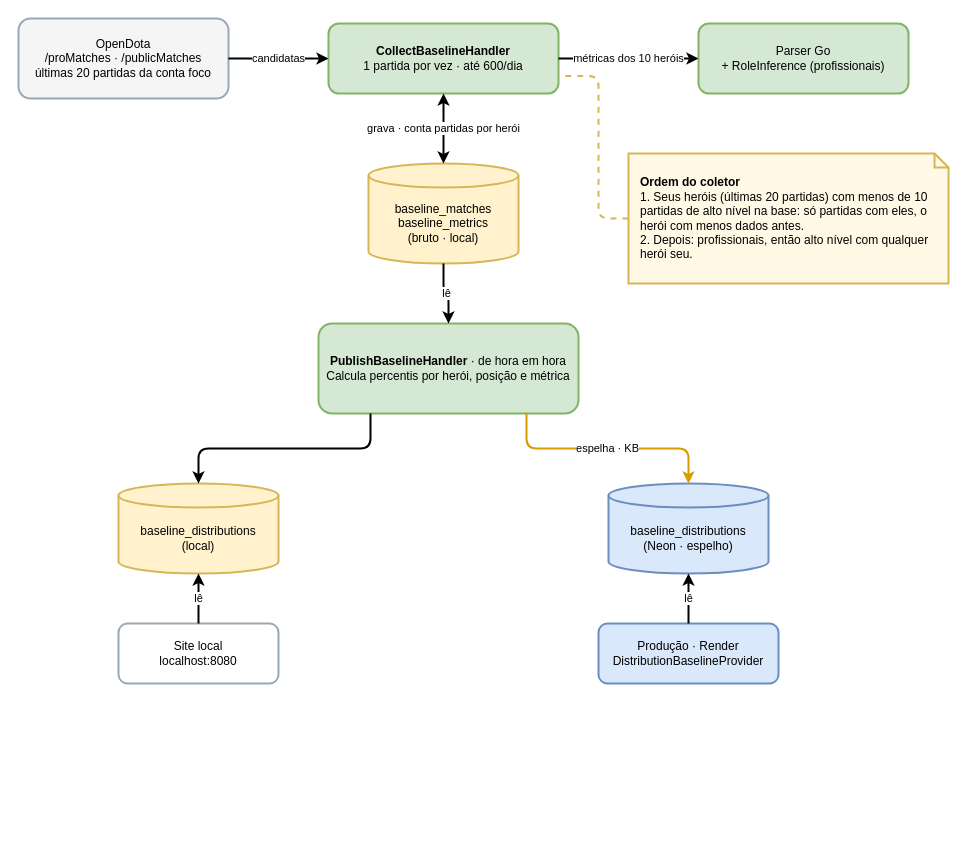
The draw.io diagram page "4. Base de comparação" (4 of 6) of docs/diagrams/dotaanalyst.drawio in andreomorg/dota_analyst, before the edit. Source tidied: cells renumbered, new cells numbered last; positions are measured from the earlier drawing's top-left corner, leaving out a move shared by most shapes. Both pictures are drawn from the tidied source at 100%, with x=0, y=0 at pixel (18, 18).
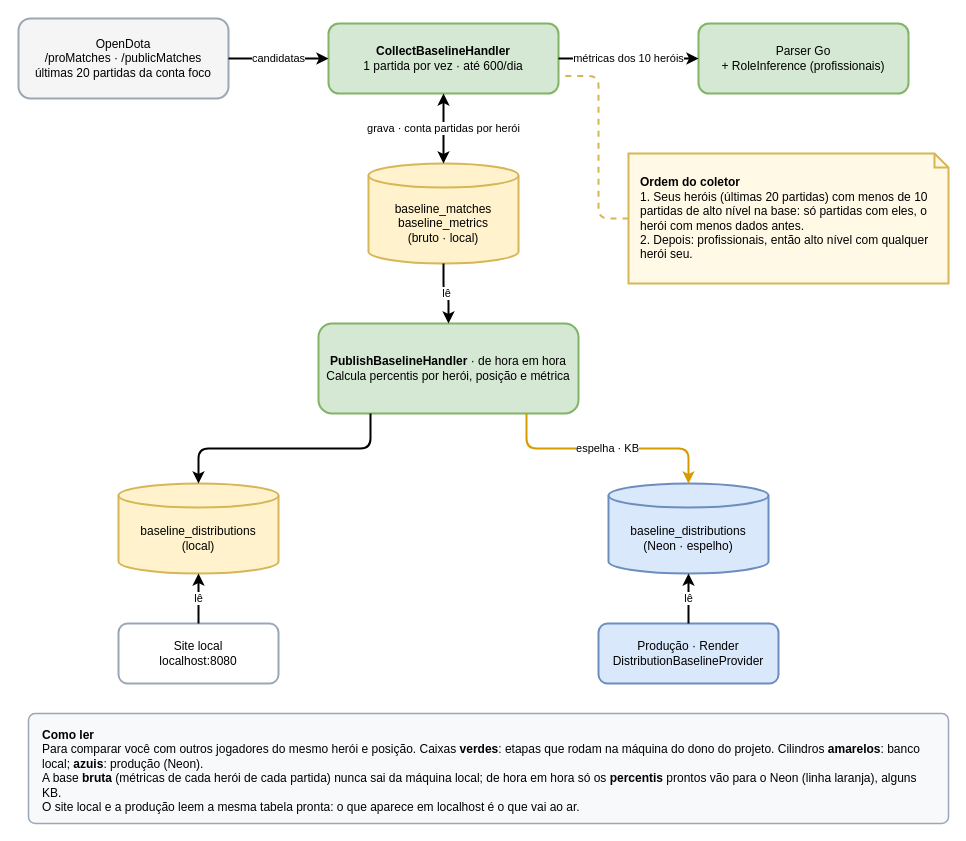
The same page after the edit.

The edit, as a diff of the source:
```diff
@@
+    <mxCell id="21" value="&lt;b&gt;Como ler&lt;/b&gt;&lt;br&gt;Para comparar você com outros jogadores do mesmo herói e posição. Caixas &lt;b&gt;verdes&lt;/b&gt;: etapas que rodam na máquina do dono do projeto. Cilindros &lt;b&gt;amarelos&lt;/b&gt;: banco local; &lt;b&gt;azuis&lt;/b&gt;: produção (Neon).&lt;br&gt;A base &lt;b&gt;bruta&lt;/b&gt; (métricas de cada herói de cada partida) nunca sai da máquina local; de hora em hora só os &lt;b&gt;percentis&lt;/b&gt; prontos vão para o Neon (linha laranja), alguns KB.&lt;br&gt;O site local e a produção leem a mesma tabela pronta: o que aparece em localhost é o que vai ao ar." style="rounded=1;whiteSpace=wrap;html=1;align=left;verticalAlign=top;spacingLeft=12;spacingRight=12;spacingTop=8;fillColor=#f8f9fb;strokeColor=#9aa7b5;strokeWidth=1.5;arcSize=6;" parent="1" vertex="1">
+      <mxGeometry x="10" y="695" width="920" height="110" as="geometry" />
+    </mxCell>
```
